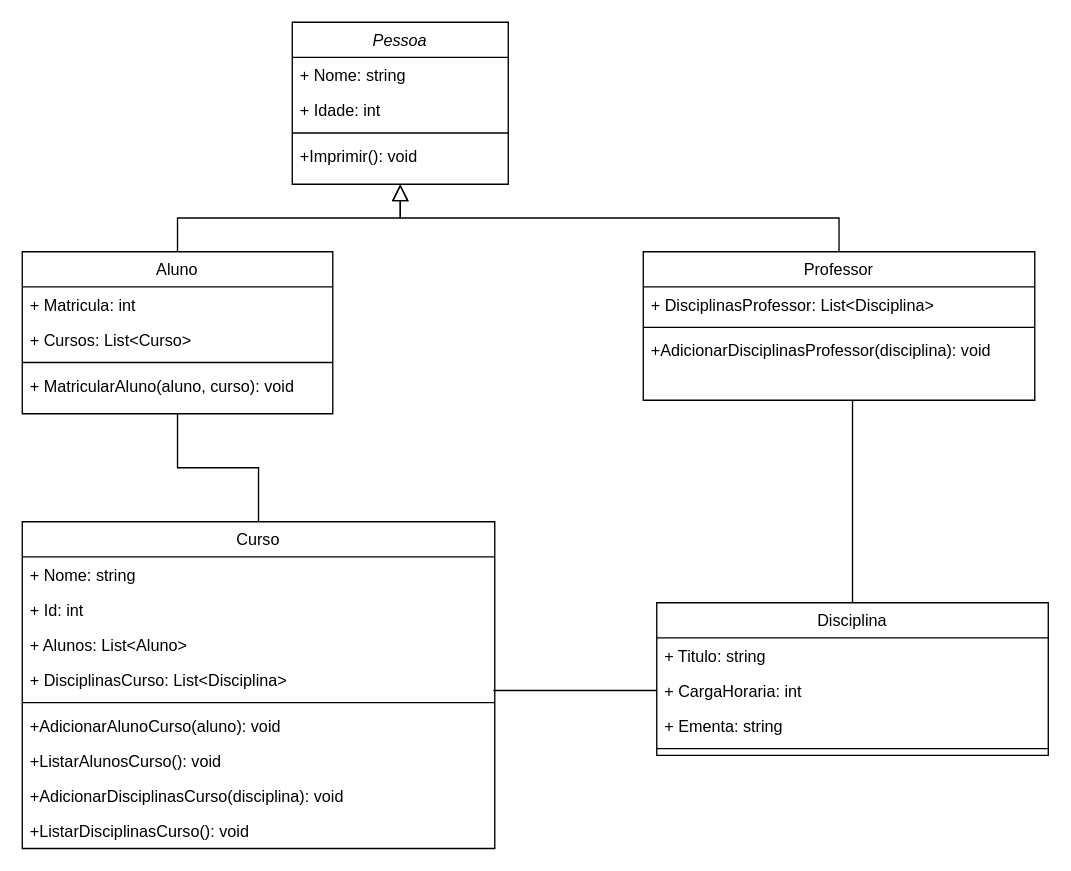
The draw.io diagram SistemaEscola.drawio in PauloGioffi/SistemaEscola, before the edit. Source tidied: cells renumbered, new cells numbered last; positions are measured from the earlier drawing's top-left corner, leaving out a move shared by most shapes. Both pictures are drawn from the tidied source at 135%, with x=0, y=0 at pixel (22, 22).
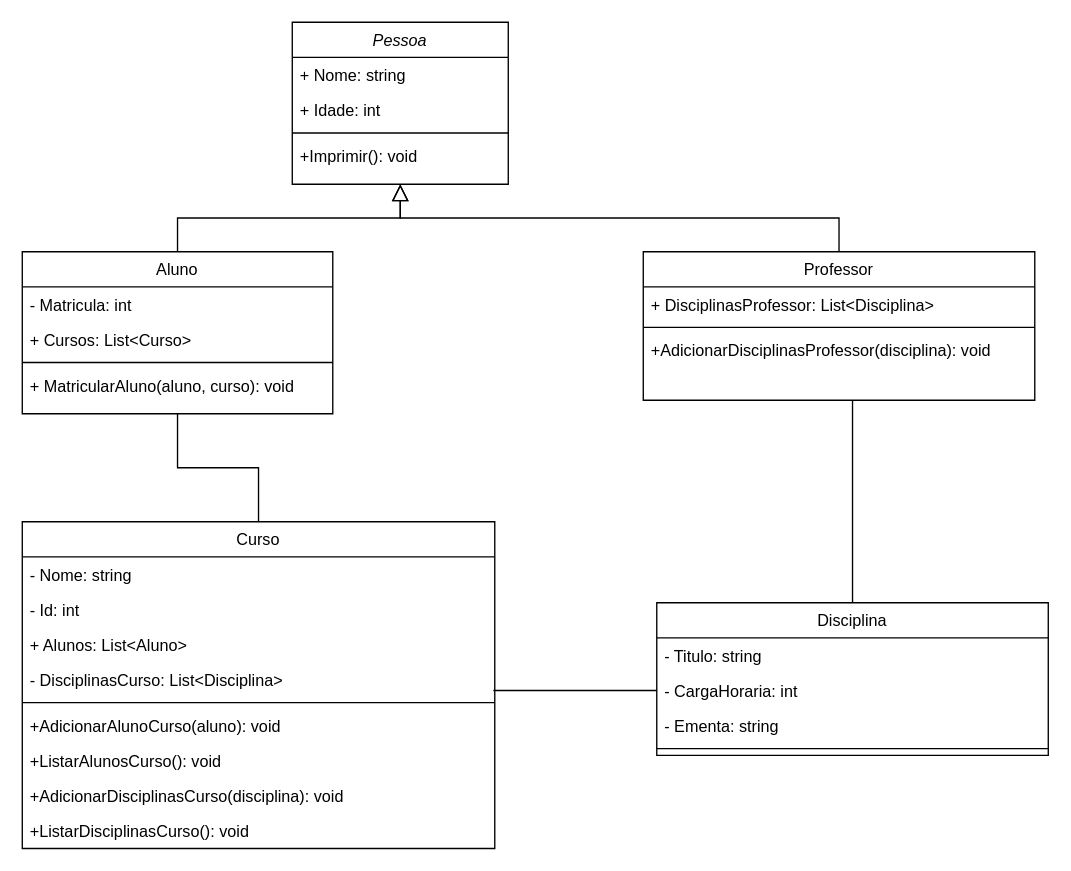
The same page after the edit.

Unchanged cells that the change refers to:
```xml
<mxCell id="7" value="Aluno" style="swimlane;fontStyle=0;align=center;verticalAlign=top;horizontal=1;startSize=26;rounded=0;shadow=0;strokeWidth=1;" parent="1" vertex="1">
  <mxGeometry y="170" width="230" height="120" as="geometry" />
</mxCell>
<mxCell id="19" value="Curso" style="swimlane;fontStyle=0;align=center;verticalAlign=top;horizontal=1;startSize=26;rounded=0;shadow=0;strokeWidth=1;" parent="1" vertex="1">
  <mxGeometry y="370" width="350" height="242" as="geometry" />
</mxCell>
<mxCell id="30" value="Disciplina" style="swimlane;fontStyle=0;align=center;verticalAlign=top;horizontal=1;startSize=26;rounded=0;shadow=0;strokeWidth=1;" parent="1" vertex="1">
  <mxGeometry x="470" y="430" width="290" height="113" as="geometry" />
</mxCell>
```

Change to the diagram source:
```diff
@@
-    <mxCell id="8" value="+ Matricula: int" style="text;align=left;verticalAlign=top;spacingLeft=4;spacingRight=4;overflow=hidden;" parent="7" vertex="1">
+    <mxCell id="8" value="- Matricula: int" style="text;align=left;verticalAlign=top;spacingLeft=4;spacingRight=4;overflow=hidden;" parent="7" vertex="1">
       <mxGeometry y="26" width="230" height="26" as="geometry" />
     </mxCell>
@@
-    <mxCell id="20" value="+ Nome: string" style="text;align=left;verticalAlign=top;spacingLeft=4;spacingRight=4;overflow=hidden;" parent="19" vertex="1">
+    <mxCell id="20" value="- Nome: string" style="text;align=left;verticalAlign=top;spacingLeft=4;spacingRight=4;overflow=hidden;" parent="19" vertex="1">
       <mxGeometry y="26" width="350" height="26" as="geometry" />
     </mxCell>
-    <mxCell id="21" value="+ Id: int" style="text;align=left;verticalAlign=top;spacingLeft=4;spacingRight=4;overflow=hidden;" parent="19" vertex="1">
+    <mxCell id="21" value="- Id: int" style="text;align=left;verticalAlign=top;spacingLeft=4;spacingRight=4;overflow=hidden;" parent="19" vertex="1">
       <mxGeometry y="52" width="350" height="26" as="geometry" />
     </mxCell>
@@
-    <mxCell id="23" value="+ DisciplinasCurso: List&lt;Disciplina&gt;" style="text;align=left;verticalAlign=top;spacingLeft=4;spacingRight=4;overflow=hidden;points=[[0,0.5],[1,0.5]];portConstraint=eastwest;" parent="19" vertex="1">
+    <mxCell id="23" value="- DisciplinasCurso: List&lt;Disciplina&gt;" style="text;align=left;verticalAlign=top;spacingLeft=4;spacingRight=4;overflow=hidden;points=[[0,0.5],[1,0.5]];portConstraint=eastwest;" parent="19" vertex="1">
       <mxGeometry y="104" width="350" height="26" as="geometry" />
     </mxCell>
@@
-    <mxCell id="31" value="+ Titulo: string" style="text;align=left;verticalAlign=top;spacingLeft=4;spacingRight=4;overflow=hidden;" parent="30" vertex="1">
+    <mxCell id="31" value="- Titulo: string" style="text;align=left;verticalAlign=top;spacingLeft=4;spacingRight=4;overflow=hidden;" parent="30" vertex="1">
       <mxGeometry y="26" width="290" height="26" as="geometry" />
     </mxCell>
-    <mxCell id="32" value="+ CargaHoraria: int" style="text;align=left;verticalAlign=top;spacingLeft=4;spacingRight=4;overflow=hidden;points=[[0,0.5],[1,0.5]];portConstraint=eastwest;" parent="30" vertex="1">
+    <mxCell id="32" value="- CargaHoraria: int" style="text;align=left;verticalAlign=top;spacingLeft=4;spacingRight=4;overflow=hidden;points=[[0,0.5],[1,0.5]];portConstraint=eastwest;" parent="30" vertex="1">
       <mxGeometry y="52" width="290" height="26" as="geometry" />
     </mxCell>
-    <mxCell id="33" value="+ Ementa: string" style="text;align=left;verticalAlign=top;spacingLeft=4;spacingRight=4;overflow=hidden;" parent="30" vertex="1">
+    <mxCell id="33" value="- Ementa: string" style="text;align=left;verticalAlign=top;spacingLeft=4;spacingRight=4;overflow=hidden;" parent="30" vertex="1">
       <mxGeometry y="78" width="290" height="26" as="geometry" />
     </mxCell>
```
